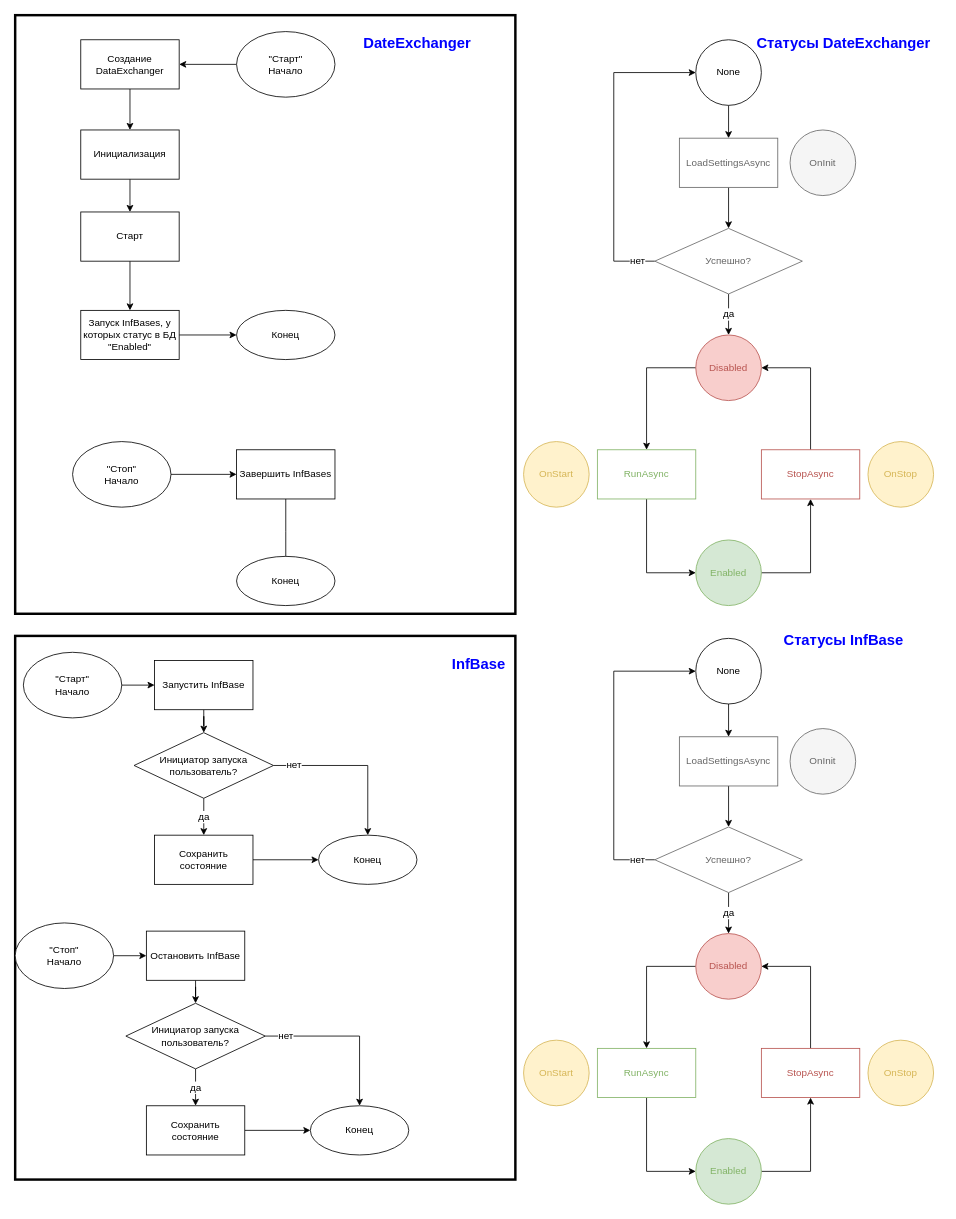
tkadm/- keeps this draw.io diagram as Запуск проекта TM.Open1CEnterprise.drawio. Above is the earlier version. Source tidied: cells renumbered, new cells numbered last; positions are measured from the earlier drawing's top-left corner, leaving out a move shared by most shapes. Both pictures are drawn from the tidied source at 82%, with x=0, y=0 at pixel (15, 15).
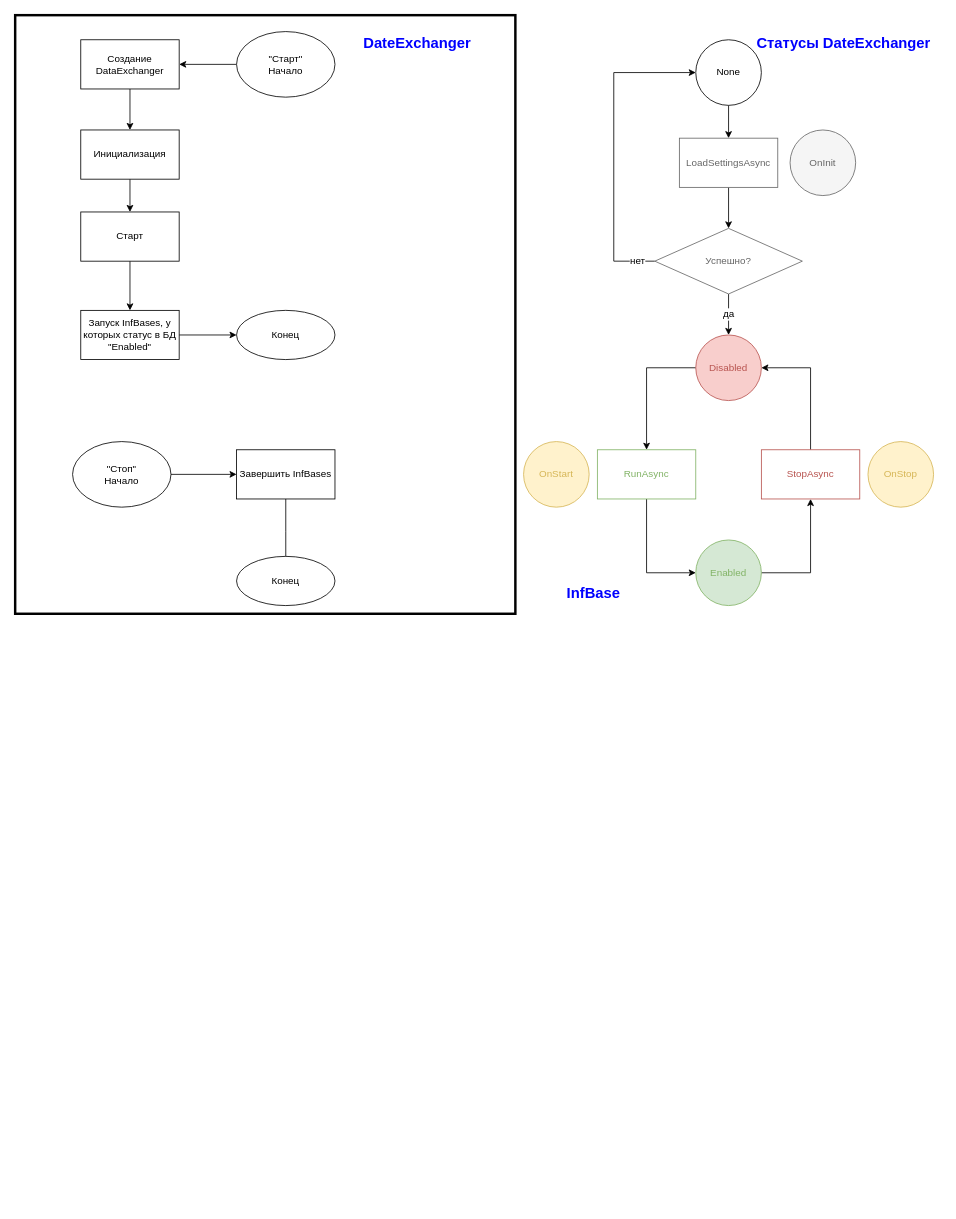
Above is the later version.

Diff of the diagram source:
```diff
@@
-    <mxCell id="34" style="whiteSpace=wrap;html=1;rounded=0;shadow=0;glass=0;sketch=0;strokeColor=#000000;fontSize=18;fontColor=#0000FF;fillColor=none;strokeWidth=3;" parent="1" vertex="1">
-      <mxGeometry y="757" width="610" height="663" as="geometry" />
-    </mxCell>
     <mxCell id="35" value="InfBase" style="text;html=1;align=center;verticalAlign=middle;fontColor=#0000FF;fontStyle=1;fontSize=18;" parent="1" vertex="1">
-      <mxGeometry x="520" y="777" width="90" height="30" as="geometry" />
+      <mxGeometry x="660" y="690" width="90" height="30" as="geometry" />
     </mxCell>
-    <mxCell id="36" style="edgeStyle=orthogonalEdgeStyle;rounded=0;jettySize=auto;html=1;fontSize=18;fontColor=#0000FF;" parent="1" edge="1" source="37" target="39">
-      <mxGeometry relative="1" as="geometry" />
-    </mxCell>
-    <mxCell id="37" value="&quot;Старт&quot;&lt;br&gt;Начало" style="ellipse;whiteSpace=wrap;html=1;" parent="1" vertex="1">
-      <mxGeometry x="10" y="777" width="120" height="80" as="geometry" />
-    </mxCell>
-    <mxCell id="38" style="edgeStyle=orthogonalEdgeStyle;rounded=0;jettySize=auto;html=1;fontSize=18;fontColor=#0000FF;" parent="1" edge="1" source="39" target="44">
-      <mxGeometry relative="1" as="geometry" />
-    </mxCell>
-    <mxCell id="39" value="Запустить InfBase" style="whiteSpace=wrap;html=1;" parent="1" vertex="1">
-      <mxGeometry x="170" y="787" width="120" height="60" as="geometry" />
-    </mxCell>
-    <mxCell id="40" style="edgeStyle=orthogonalEdgeStyle;rounded=0;jettySize=auto;html=1;fontFamily=Helvetica;fontSize=12;fontColor=#000000;" parent="1" edge="1" source="41" target="45">
-      <mxGeometry relative="1" as="geometry" />
-    </mxCell>
-    <mxCell id="41" value="Сохранить состояние" style="whiteSpace=wrap;html=1;" parent="1" vertex="1">
-      <mxGeometry x="170" y="1000" width="120" height="60" as="geometry" />
-    </mxCell>
-    <mxCell id="42" value="нет" style="edgeStyle=orthogonalEdgeStyle;rounded=0;jettySize=auto;html=1;fontFamily=Helvetica;fontSize=12;fontColor=#000000;" parent="1" edge="1" source="44" target="45">
-      <mxGeometry x="-0.75" relative="1" as="geometry" />
-    </mxCell>
-    <mxCell id="43" value="да" style="edgeStyle=orthogonalEdgeStyle;rounded=0;jettySize=auto;html=1;fontFamily=Helvetica;fontSize=12;fontColor=#000000;" parent="1" edge="1" source="44" target="41">
-      <mxGeometry relative="1" as="geometry" />
-    </mxCell>
-    <mxCell id="44" value="Инициатор запуска пользователь?" style="rhombus;whiteSpace=wrap;html=1;" parent="1" vertex="1">
-      <mxGeometry x="145" y="875" width="170" height="80" as="geometry" />
-    </mxCell>
-    <mxCell id="45" value="Конец" style="ellipse;whiteSpace=wrap;html=1;" parent="1" vertex="1">
-      <mxGeometry x="370" y="1000" width="120" height="60" as="geometry" />
-    </mxCell>
-    <mxCell id="46" style="edgeStyle=orthogonalEdgeStyle;rounded=0;jettySize=auto;html=1;fontSize=18;fontColor=#0000FF;" parent="1" edge="1" source="47" target="49">
-      <mxGeometry relative="1" as="geometry" />
-    </mxCell>
-    <mxCell id="47" value="&quot;Стоп&quot;&lt;br&gt;Начало" style="ellipse;whiteSpace=wrap;html=1;" parent="1" vertex="1">
-      <mxGeometry y="1107" width="120" height="80" as="geometry" />
-    </mxCell>
-    <mxCell id="48" style="edgeStyle=orthogonalEdgeStyle;rounded=0;jettySize=auto;html=1;fontSize=18;fontColor=#0000FF;" parent="1" edge="1" source="49" target="54">
-      <mxGeometry relative="1" as="geometry" />
-    </mxCell>
-    <mxCell id="49" value="Остановить InfBase" style="whiteSpace=wrap;html=1;" parent="1" vertex="1">
-      <mxGeometry x="160" y="1117" width="120" height="60" as="geometry" />
-    </mxCell>
-    <mxCell id="50" style="edgeStyle=orthogonalEdgeStyle;rounded=0;jettySize=auto;html=1;fontFamily=Helvetica;fontSize=12;fontColor=#000000;" parent="1" edge="1" source="51" target="55">
-      <mxGeometry relative="1" as="geometry" />
-    </mxCell>
-    <mxCell id="51" value="Сохранить состояние" style="whiteSpace=wrap;html=1;" parent="1" vertex="1">
-      <mxGeometry x="160" y="1330" width="120" height="60" as="geometry" />
-    </mxCell>
-    <mxCell id="52" value="нет" style="edgeStyle=orthogonalEdgeStyle;rounded=0;jettySize=auto;html=1;fontFamily=Helvetica;fontSize=12;fontColor=#000000;" parent="1" edge="1" source="54" target="55">
-      <mxGeometry x="-0.75" relative="1" as="geometry" />
-    </mxCell>
-    <mxCell id="53" value="да" style="edgeStyle=orthogonalEdgeStyle;rounded=0;jettySize=auto;html=1;fontFamily=Helvetica;fontSize=12;fontColor=#000000;" parent="1" edge="1" source="54" target="51">
-      <mxGeometry relative="1" as="geometry" />
-    </mxCell>
-    <mxCell id="54" value="Инициатор запуска пользователь?" style="rhombus;whiteSpace=wrap;html=1;" parent="1" vertex="1">
-      <mxGeometry x="135" y="1205" width="170" height="80" as="geometry" />
-    </mxCell>
-    <mxCell id="55" value="Конец" style="ellipse;whiteSpace=wrap;html=1;" parent="1" vertex="1">
-      <mxGeometry x="360" y="1330" width="120" height="60" as="geometry" />
-    </mxCell>
-    <mxCell id="56" value="Статусы InfBase" style="text;html=1;align=center;verticalAlign=middle;fontColor=#0000FF;fontStyle=1;fontSize=18;" parent="1" vertex="1">
-      <mxGeometry x="925" y="747" width="170" height="30" as="geometry" />
-    </mxCell>
@@
-    <mxCell id="60" style="edgeStyle=orthogonalEdgeStyle;rounded=0;jettySize=auto;html=1;" parent="1" edge="1" source="61" target="63">
-      <mxGeometry relative="1" as="geometry" />
-    </mxCell>
-    <mxCell id="61" value="None" style="ellipse;whiteSpace=wrap;html=1;sketch=0;shadow=0;" parent="1" vertex="1">
-      <mxGeometry x="830" y="760" width="80" height="80" as="geometry" />
-    </mxCell>
-    <mxCell id="62" style="edgeStyle=orthogonalEdgeStyle;rounded=0;jettySize=auto;html=1;fontFamily=Helvetica;fontSize=12;fontColor=#000000;" parent="1" edge="1" source="63" target="77">
-      <mxGeometry relative="1" as="geometry" />
-    </mxCell>
-    <mxCell id="63" value="LoadSettingsAsync" style="whiteSpace=wrap;html=1;sketch=0;glass=0;rounded=0;fontColor=#666666;strokeColor=#666666;" parent="1" vertex="1">
-      <mxGeometry x="810" y="880" width="120" height="60" as="geometry" />
-    </mxCell>
-    <mxCell id="64" style="edgeStyle=orthogonalEdgeStyle;rounded=0;jettySize=auto;html=1;exitX=0;exitY=0.5;exitDx=0;exitDy=0;" parent="1" edge="1" source="65" target="68">
-      <mxGeometry relative="1" as="geometry" />
-    </mxCell>
-    <mxCell id="65" value="Disabled" style="ellipse;whiteSpace=wrap;html=1;fillColor=#f8cecc;strokeColor=#b85450;fontColor=#B85450;" parent="1" vertex="1">
-      <mxGeometry x="830" y="1120" width="80" height="80" as="geometry" />
-    </mxCell>
-    <mxCell id="66" value="OnInit" style="ellipse;whiteSpace=wrap;html=1;fillColor=#f5f5f5;fontColor=#666666;strokeColor=#666666;" parent="1" vertex="1">
-      <mxGeometry x="945" y="870" width="80" height="80" as="geometry" />
-    </mxCell>
-    <mxCell id="67" style="edgeStyle=orthogonalEdgeStyle;rounded=0;jettySize=auto;html=1;entryX=0;entryY=0.5;entryDx=0;entryDy=0;" parent="1" edge="1" source="68" target="71">
-      <mxGeometry relative="1" as="geometry" />
-    </mxCell>
-    <mxCell id="68" value="RunAsync" style="whiteSpace=wrap;html=1;fontColor=#82B366;strokeColor=#82B366;" parent="1" vertex="1">
-      <mxGeometry x="710" y="1260" width="120" height="60" as="geometry" />
-    </mxCell>
-    <mxCell id="69" value="OnStart" style="ellipse;whiteSpace=wrap;html=1;fillColor=#fff2cc;strokeColor=#d6b656;fontColor=#D6B656;" parent="1" vertex="1">
-      <mxGeometry x="620" y="1250" width="80" height="80" as="geometry" />
-    </mxCell>
-    <mxCell id="70" style="edgeStyle=orthogonalEdgeStyle;rounded=0;jettySize=auto;html=1;exitX=1;exitY=0.5;exitDx=0;exitDy=0;" parent="1" edge="1" source="71" target="73">
-      <mxGeometry relative="1" as="geometry" />
-    </mxCell>
-    <mxCell id="71" value="Enabled" style="ellipse;whiteSpace=wrap;html=1;fillColor=#d5e8d4;strokeColor=#82b366;fontColor=#82B366;" parent="1" vertex="1">
-      <mxGeometry x="830" y="1370" width="80" height="80" as="geometry" />
-    </mxCell>
-    <mxCell id="72" style="edgeStyle=orthogonalEdgeStyle;rounded=0;jettySize=auto;html=1;entryX=1;entryY=0.5;entryDx=0;entryDy=0;" parent="1" edge="1" source="73" target="65">
-      <mxGeometry relative="1" as="geometry" />
-    </mxCell>
-    <mxCell id="73" value="StopAsync" style="whiteSpace=wrap;html=1;strokeColor=#B85450;fontColor=#B85450;" parent="1" vertex="1">
-      <mxGeometry x="910" y="1260" width="120" height="60" as="geometry" />
-    </mxCell>
-    <mxCell id="74" value="OnStop" style="ellipse;whiteSpace=wrap;html=1;fillColor=#fff2cc;strokeColor=#d6b656;fontColor=#D6B656;" parent="1" vertex="1">
-      <mxGeometry x="1040" y="1250" width="80" height="80" as="geometry" />
-    </mxCell>
-    <mxCell id="75" value="да" style="edgeStyle=orthogonalEdgeStyle;rounded=0;jettySize=auto;html=1;fontFamily=Helvetica;fontSize=12;fontColor=#000000;" parent="1" edge="1" source="77" target="65">
-      <mxGeometry relative="1" as="geometry" />
-    </mxCell>
-    <mxCell id="76" value="нет" style="edgeStyle=orthogonalEdgeStyle;rounded=0;jettySize=auto;html=1;fontFamily=Helvetica;fontSize=12;fontColor=#000000;entryX=0;entryY=0.5;entryDx=0;entryDy=0;exitX=0;exitY=0.5;exitDx=0;exitDy=0;" parent="1" edge="1" source="77" target="61">
-      <mxGeometry x="-0.89" relative="1" as="geometry">
-        <Array as="points">
-          <mxPoint x="730" y="1030" />
-          <mxPoint x="730" y="800" />
-        </Array>
-      </mxGeometry>
-    </mxCell>
-    <mxCell id="77" value="Успешно?" style="rhombus;whiteSpace=wrap;html=1;strokeColor=#666666;fontColor=#666666;sketch=0;glass=0;rounded=0;" parent="1" vertex="1">
-      <mxGeometry x="780" y="990" width="180" height="80" as="geometry" />
-    </mxCell>
```
